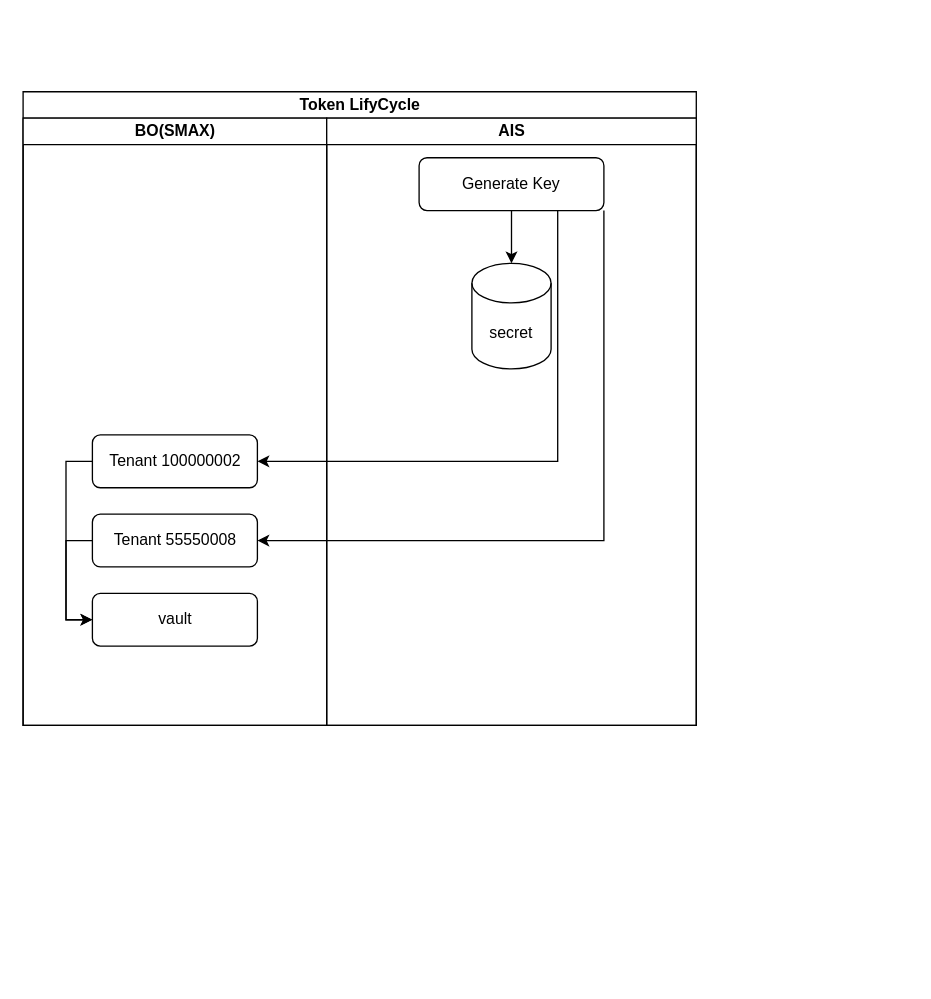
Above: LLM/Token.drawio in Ice-YcY/Diagram (draw.io), before the change. Source tidied: cells renumbered, new cells numbered last; positions are measured from the earlier drawing's top-left corner, leaving out a move shared by most shapes. Both pictures are drawn from the tidied source at 132%, with x=0, y=0 at pixel (22, 91).
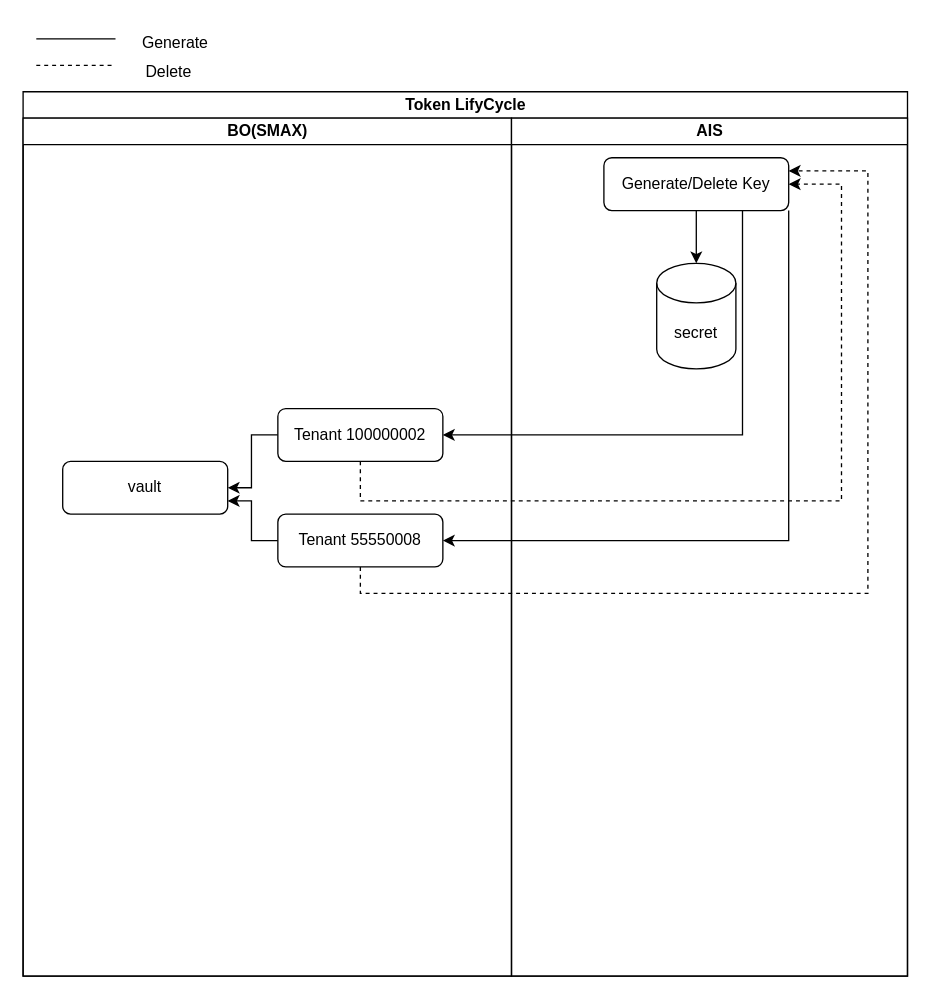
The same page after the edit.

Change to the diagram source:
```diff
@@
     <mxCell id="2" value="Token LifyCycle" style="swimlane;startSize=20;html=1;" parent="1" vertex="1">
-      <mxGeometry width="510" height="480" as="geometry" />
+      <mxGeometry width="670" height="670" as="geometry" />
     </mxCell>
     <mxCell id="3" value="BO(SMAX)" style="swimlane;startSize=20;html=1;" parent="2" vertex="1">
-      <mxGeometry y="20" width="230" height="460" as="geometry" />
+      <mxGeometry y="20" width="370" height="650" as="geometry" />
     </mxCell>
-    <mxCell id="4" style="edgeStyle=orthogonalEdgeStyle;rounded=0;jettySize=auto;html=1;exitX=0;exitY=0.5;exitDx=0;exitDy=0;entryX=0;entryY=0.5;entryDx=0;entryDy=0;" parent="3" edge="1" source="5" target="8">
+    <mxCell id="4" style="edgeStyle=orthogonalEdgeStyle;rounded=0;jettySize=auto;html=1;exitX=0;exitY=0.5;exitDx=0;exitDy=0;entryX=1;entryY=0.5;entryDx=0;entryDy=0;" parent="3" edge="1" source="5" target="8">
       <mxGeometry relative="1" as="geometry" />
     </mxCell>
     <mxCell id="5" value="Tenant 100000002" style="rounded=1;whiteSpace=wrap;html=1;" parent="3" vertex="1">
-      <mxGeometry x="52.5" y="240" width="125" height="40" as="geometry" />
+      <mxGeometry x="193" y="220" width="125" height="40" as="geometry" />
     </mxCell>
-    <mxCell id="6" style="edgeStyle=orthogonalEdgeStyle;rounded=0;jettySize=auto;html=1;exitX=0;exitY=0.5;exitDx=0;exitDy=0;entryX=0;entryY=0.5;entryDx=0;entryDy=0;" parent="3" edge="1" source="7" target="8">
+    <mxCell id="6" style="edgeStyle=orthogonalEdgeStyle;rounded=0;jettySize=auto;html=1;exitX=0;exitY=0.5;exitDx=0;exitDy=0;entryX=1;entryY=0.75;entryDx=0;entryDy=0;" parent="3" edge="1" source="7" target="8">
       <mxGeometry relative="1" as="geometry" />
     </mxCell>
     <mxCell id="7" value="Tenant 55550008" style="rounded=1;whiteSpace=wrap;html=1;" parent="3" vertex="1">
-      <mxGeometry x="52.5" y="300" width="125" height="40" as="geometry" />
+      <mxGeometry x="193" y="300" width="125" height="40" as="geometry" />
     </mxCell>
     <mxCell id="8" value="vault" style="rounded=1;whiteSpace=wrap;html=1;" parent="3" vertex="1">
-      <mxGeometry x="52.5" y="360" width="125" height="40" as="geometry" />
+      <mxGeometry x="30" y="260" width="125" height="40" as="geometry" />
     </mxCell>
     <mxCell id="9" value="AIS" style="swimlane;startSize=20;html=1;" parent="2" vertex="1">
-      <mxGeometry x="230" y="20" width="280" height="460" as="geometry" />
+      <mxGeometry x="370" y="20" width="300" height="650" as="geometry" />
     </mxCell>
@@
-    <mxCell id="11" value="Generate Key" style="rounded=1;whiteSpace=wrap;html=1;" parent="9" vertex="1">
+    <mxCell id="11" value="Generate/Delete Key" style="rounded=1;whiteSpace=wrap;html=1;" parent="9" vertex="1">
       <mxGeometry x="70" y="30" width="140" height="40" as="geometry" />
     </mxCell>
@@
+    <mxCell id="15" style="edgeStyle=orthogonalEdgeStyle;rounded=0;jettySize=auto;html=1;exitX=0.5;exitY=1;exitDx=0;exitDy=0;entryX=1;entryY=0.5;entryDx=0;entryDy=0;dashed=1;" parent="2" edge="1" source="5" target="11">
+      <mxGeometry relative="1" as="geometry">
+        <Array as="points">
+          <mxPoint x="256" y="310" />
+          <mxPoint x="620" y="310" />
+          <mxPoint x="620" y="70" />
+        </Array>
+      </mxGeometry>
+    </mxCell>
+    <mxCell id="16" style="edgeStyle=orthogonalEdgeStyle;rounded=0;jettySize=auto;html=1;exitX=0.5;exitY=1;exitDx=0;exitDy=0;entryX=1;entryY=0.25;entryDx=0;entryDy=0;dashed=1;" parent="2" edge="1" source="7" target="11">
+      <mxGeometry relative="1" as="geometry">
+        <Array as="points">
+          <mxPoint x="256" y="380" />
+          <mxPoint x="640" y="380" />
+          <mxPoint x="640" y="60" />
+        </Array>
+      </mxGeometry>
+    </mxCell>
+    <mxCell id="17" style="endArrow=none;html=1;rounded=0;" parent="1" edge="1">
+      <mxGeometry relative="1" as="geometry">
+        <mxPoint x="10" y="-40" as="sourcePoint" />
+        <mxPoint x="70" y="-40" as="targetPoint" />
+      </mxGeometry>
+    </mxCell>
+    <mxCell id="18" style="endArrow=none;html=1;rounded=0;dashed=1;" parent="1" edge="1">
+      <mxGeometry relative="1" as="geometry">
+        <mxPoint x="10" y="-20" as="sourcePoint" />
+        <mxPoint x="70" y="-20" as="targetPoint" />
+      </mxGeometry>
+    </mxCell>
+    <mxCell id="19" value="Generate" style="text;html=1;align=center;verticalAlign=middle;strokeColor=none;fillColor=none;" parent="1" vertex="1">
+      <mxGeometry x="80" y="-52" width="70" height="30" as="geometry" />
+    </mxCell>
+    <mxCell id="20" value="Delete" style="text;html=1;align=center;verticalAlign=middle;strokeColor=none;fillColor=none;" parent="1" vertex="1">
+      <mxGeometry x="80" y="-30" width="60" height="30" as="geometry" />
+    </mxCell>
```
